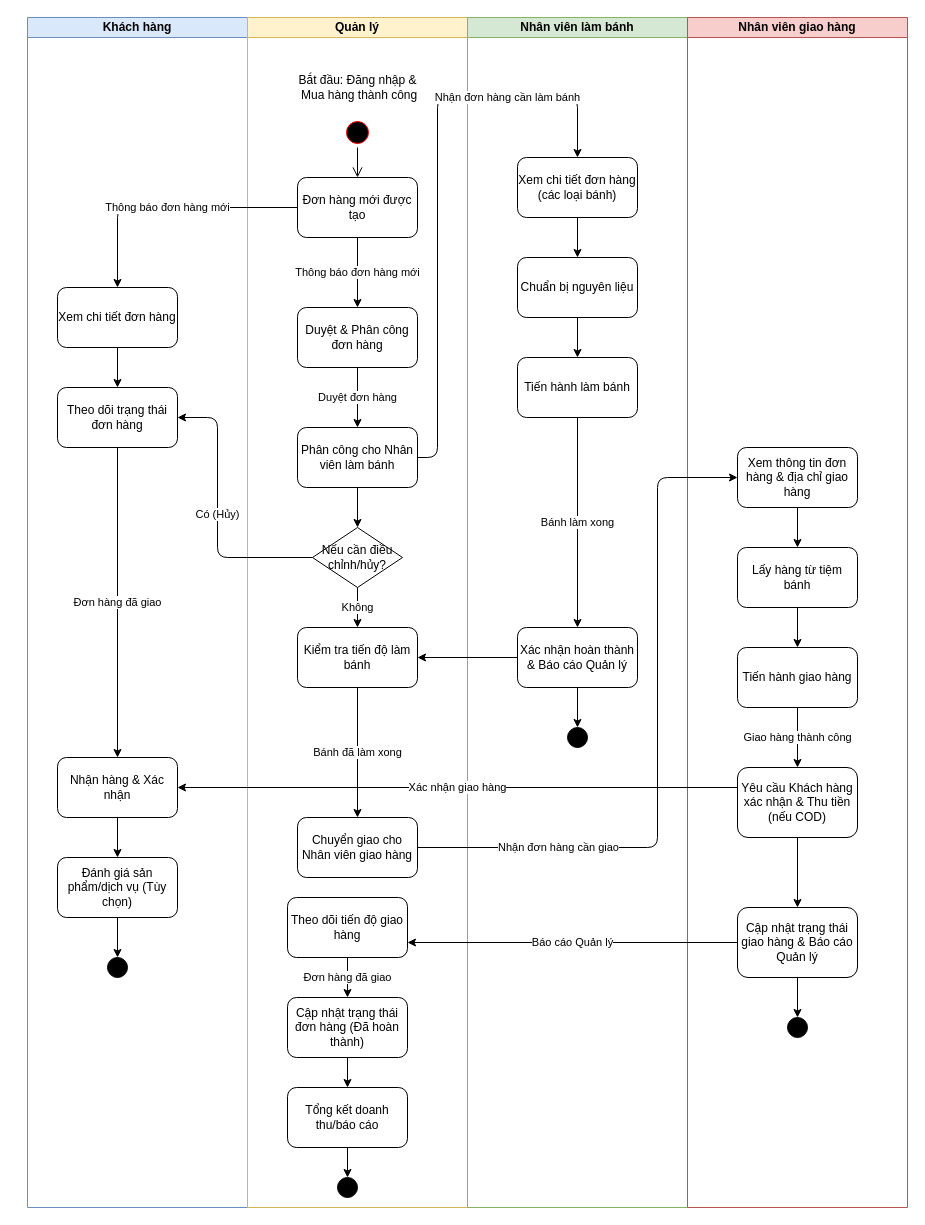
Earlier version of the draw.io diagram Sơ đồ/QuyTrinhSLDonHang.diagram.drawio (Thong5279/LunaBakeryDeploy). Source tidied: cells renumbered, new cells numbered last; positions are measured from the earlier drawing's top-left corner, leaving out a move shared by most shapes. Both pictures are drawn from the tidied source at 100%, with x=0, y=0 at pixel (27, 17).
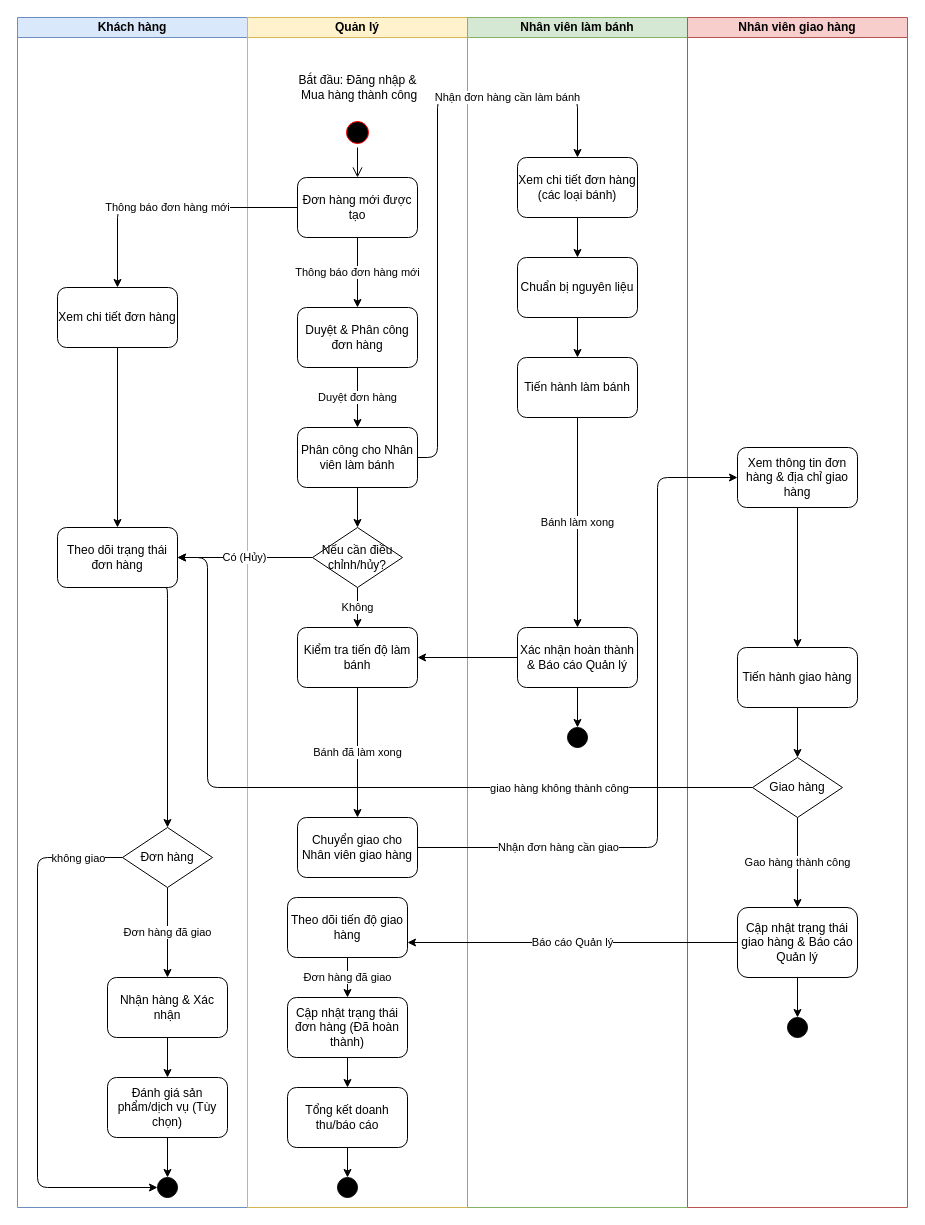
After the change.

Unchanged cells that the change refers to:
```xml
<mxCell id="28" value="Nếu cần điều chỉnh/hủy?" style="rhombus;whiteSpace=wrap;html=1;align=center;" parent="12" vertex="1">
  <mxGeometry x="65" y="510" width="90" height="60" as="geometry" />
</mxCell>
<mxCell id="44" value="Nhân viên giao hàng" style="swimlane;whiteSpace=wrap;html=1;startSize=20;fillColor=#F8CECC;strokeColor=#B85450;" parent="1" vertex="1">
  <mxGeometry x="660" width="220" height="1190" as="geometry" />
</mxCell>
<mxCell id="45" value="Xem thông tin đơn hàng &amp; địa chỉ giao hàng" style="rounded=1;whiteSpace=wrap;html=1;" parent="44" vertex="1">
  <mxGeometry x="50" y="430" width="120" height="60" as="geometry" />
</mxCell>
<mxCell id="47" value="Tiến hành giao hàng" style="rounded=1;whiteSpace=wrap;html=1;" parent="44" vertex="1">
  <mxGeometry x="50" y="630" width="120" height="60" as="geometry" />
</mxCell>
<mxCell id="49" value="Cập nhật trạng thái giao hàng &amp; Báo cáo Quản lý" style="rounded=1;whiteSpace=wrap;html=1;" parent="44" vertex="1">
  <mxGeometry x="50" y="890" width="120" height="70" as="geometry" />
</mxCell>
```

What changed in the source:
```diff
@@
     <mxCell id="2" value="Khách hàng" style="swimlane;whiteSpace=wrap;html=1;startSize=20;fillColor=#DAE8FC;strokeColor=#6C8EBF;" parent="1" vertex="1">
-      <mxGeometry width="220" height="1190" as="geometry" />
+      <mxGeometry x="-10" width="230" height="1190" as="geometry" />
     </mxCell>
     <mxCell id="3" value="Xem chi tiết đơn hàng" style="rounded=1;whiteSpace=wrap;html=1;" parent="2" vertex="1">
-      <mxGeometry x="30" y="270" width="120" height="60" as="geometry" />
+      <mxGeometry x="40" y="270" width="120" height="60" as="geometry" />
     </mxCell>
+    <mxCell id="63" style="edgeStyle=orthogonalEdgeStyle;rounded=1;jettySize=auto;html=1;exitX=0.905;exitY=1.014;exitDx=0;exitDy=0;curved=0;exitPerimeter=0;" parent="2" edge="1" source="4" target="66">
+      <mxGeometry relative="1" as="geometry">
+        <Array as="points">
+          <mxPoint x="150" y="571" />
+        </Array>
+      </mxGeometry>
+    </mxCell>
     <mxCell id="4" value="Theo dõi trạng thái đơn hàng" style="rounded=1;whiteSpace=wrap;html=1;" parent="2" vertex="1">
-      <mxGeometry x="30" y="370" width="120" height="60" as="geometry" />
+      <mxGeometry x="40" y="510" width="120" height="60" as="geometry" />
     </mxCell>
     <mxCell id="5" value="Nhận hàng &amp; Xác nhận" style="rounded=1;whiteSpace=wrap;html=1;" parent="2" vertex="1">
-      <mxGeometry x="30" y="740" width="120" height="60" as="geometry" />
+      <mxGeometry x="90" y="960" width="120" height="60" as="geometry" />
     </mxCell>
     <mxCell id="6" value="Đánh giá sản phẩm/dịch vụ (Tùy chọn)" style="rounded=1;whiteSpace=wrap;html=1;" parent="2" vertex="1">
-      <mxGeometry x="30" y="840" width="120" height="60" as="geometry" />
+      <mxGeometry x="90" y="1060" width="120" height="60" as="geometry" />
     </mxCell>
     <mxCell id="7" style="ellipse;whiteSpace=wrap;html=1;fillColor=#000000;strokeColor=#000000;" parent="2" vertex="1">
-      <mxGeometry x="80" y="940" width="20" height="20" as="geometry" />
+      <mxGeometry x="140" y="1160" width="20" height="20" as="geometry" />
     </mxCell>
@@
-    <mxCell id="9" value="Đơn hàng đã giao" style="endArrow=classic;html=1;exitX=0.5;exitY=1;entryX=0.5;entryY=0;" parent="2" edge="1" source="4" target="5">
+    <mxCell id="9" value="Đơn hàng đã giao" style="endArrow=classic;html=1;entryX=0.5;entryY=0;exitX=0.5;exitY=1;exitDx=0;exitDy=0;" parent="2" edge="1" source="66" target="5">
       <mxGeometry relative="1" as="geometry" />
     </mxCell>
@@
+    <mxCell id="64" style="edgeStyle=orthogonalEdgeStyle;rounded=1;jettySize=auto;html=1;exitX=0;exitY=0.5;exitDx=0;exitDy=0;entryX=0;entryY=0.5;entryDx=0;entryDy=0;curved=0;" parent="2" edge="1" source="66" target="7">
+      <mxGeometry relative="1" as="geometry">
+        <Array as="points">
+          <mxPoint x="20" y="840" />
+          <mxPoint x="20" y="1170" />
+        </Array>
+      </mxGeometry>
+    </mxCell>
+    <mxCell id="65" value="không giao" style="edgeLabel;html=1;align=center;verticalAlign=middle;" parent="64" vertex="1">
+      <mxGeometry x="-0.83" relative="1" as="geometry" />
+    </mxCell>
+    <mxCell id="66" value="Đơn hàng" style="rhombus;whiteSpace=wrap;html=1;align=center;" parent="2" vertex="1">
+      <mxGeometry x="105" y="810" width="90" height="60" as="geometry" />
+    </mxCell>
@@
-    <mxCell id="46" value="Lấy hàng từ tiệm bánh" style="rounded=1;whiteSpace=wrap;html=1;" parent="44" vertex="1">
-      <mxGeometry x="50" y="530" width="120" height="60" as="geometry" />
-    </mxCell>
+    <mxCell id="67" style="edgeStyle=orthogonalEdgeStyle;rounded=0;jettySize=auto;html=1;exitX=0.5;exitY=1;exitDx=0;exitDy=0;entryX=0.5;entryY=0;entryDx=0;entryDy=0;" parent="44" edge="1" source="47" target="68">
+      <mxGeometry relative="1" as="geometry" />
+    </mxCell>
@@
-    <mxCell id="48" value="Yêu cầu Khách hàng xác nhận &amp; Thu tiền (nếu COD)" style="rounded=1;whiteSpace=wrap;html=1;" parent="44" vertex="1">
-      <mxGeometry x="50" y="750" width="120" height="70" as="geometry" />
-    </mxCell>
@@
-    <mxCell id="51" style="endArrow=classic;html=1;exitX=0.5;exitY=1;entryX=0.5;entryY=0;" parent="44" edge="1" source="45" target="46">
-      <mxGeometry relative="1" as="geometry" />
-    </mxCell>
-    <mxCell id="52" style="endArrow=classic;html=1;exitX=0.5;exitY=1;entryX=0.5;entryY=0;" parent="44" edge="1" source="46" target="47">
+    <mxCell id="52" style="endArrow=classic;html=1;exitX=0.5;exitY=1;entryX=0.5;entryY=0;exitDx=0;exitDy=0;" parent="44" edge="1" source="45" target="47">
       <mxGeometry relative="1" as="geometry" />
     </mxCell>
-    <mxCell id="53" value="Giao hàng thành công" style="endArrow=classic;html=1;exitX=0.5;exitY=1;entryX=0.5;entryY=0;" parent="44" edge="1" source="47" target="48">
-      <mxGeometry relative="1" as="geometry" />
-    </mxCell>
-    <mxCell id="54" style="endArrow=classic;html=1;exitX=0.5;exitY=1;entryX=0.5;entryY=0;" parent="44" edge="1" source="48" target="49">
+    <mxCell id="54" value="Gao hàng thành công" style="endArrow=classic;html=1;exitX=0.5;exitY=1;entryX=0.5;entryY=0;exitDx=0;exitDy=0;" parent="44" edge="1" source="68" target="49">
       <mxGeometry relative="1" as="geometry" />
     </mxCell>
@@
+    <mxCell id="68" value="Giao hàng" style="rhombus;whiteSpace=wrap;html=1;align=center;" parent="44" vertex="1">
+      <mxGeometry x="65" y="740" width="90" height="60" as="geometry" />
+    </mxCell>
@@
-    <mxCell id="59" value="Xác nhận giao hàng" style="endArrow=classic;html=1;entryX=1;entryY=0.5;edgeStyle=orthogonalEdgeStyle;" parent="1" edge="1" target="5">
-      <mxGeometry relative="1" as="geometry">
-        <mxPoint x="710" y="770" as="sourcePoint" />
-        <Array as="points">
-          <mxPoint x="710" y="770" />
-        </Array>
-      </mxGeometry>
-    </mxCell>
@@
-    <mxCell id="61" value="Có (Hủy)" style="endArrow=classic;html=1;exitX=0;exitY=0.5;entryX=1;entryY=0.5;edgeStyle=orthogonalEdgeStyle;" parent="1" edge="1" source="28" target="4">
+    <mxCell id="61" value="Có (Hủy)" style="endArrow=classic;html=1;exitX=0;exitY=0.5;entryX=1;entryY=0.5;edgeStyle=orthogonalEdgeStyle;entryDx=0;entryDy=0;" parent="1" edge="1" source="28" target="4">
       <mxGeometry relative="1" as="geometry">
         <Array as="points">
-          <mxPoint x="190" y="540" />
-          <mxPoint x="190" y="400" />
+          <mxPoint x="160" y="540" />
+          <mxPoint x="160" y="540" />
         </Array>
       </mxGeometry>
     </mxCell>
@@
+    <mxCell id="69" style="edgeStyle=orthogonalEdgeStyle;rounded=1;jettySize=auto;html=1;exitX=0;exitY=0.5;exitDx=0;exitDy=0;entryX=1;entryY=0.5;entryDx=0;entryDy=0;curved=0;" parent="1" edge="1" source="68" target="4">
+      <mxGeometry relative="1" as="geometry">
+        <Array as="points">
+          <mxPoint x="180" y="770" />
+          <mxPoint x="180" y="540" />
+        </Array>
+      </mxGeometry>
+    </mxCell>
+    <mxCell id="70" value="giao hàng không thành công" style="edgeLabel;html=1;align=center;verticalAlign=middle;" parent="69" vertex="1">
+      <mxGeometry x="-0.36" relative="1" as="geometry">
+        <mxPoint x="64" as="offset" />
+      </mxGeometry>
+    </mxCell>
```
